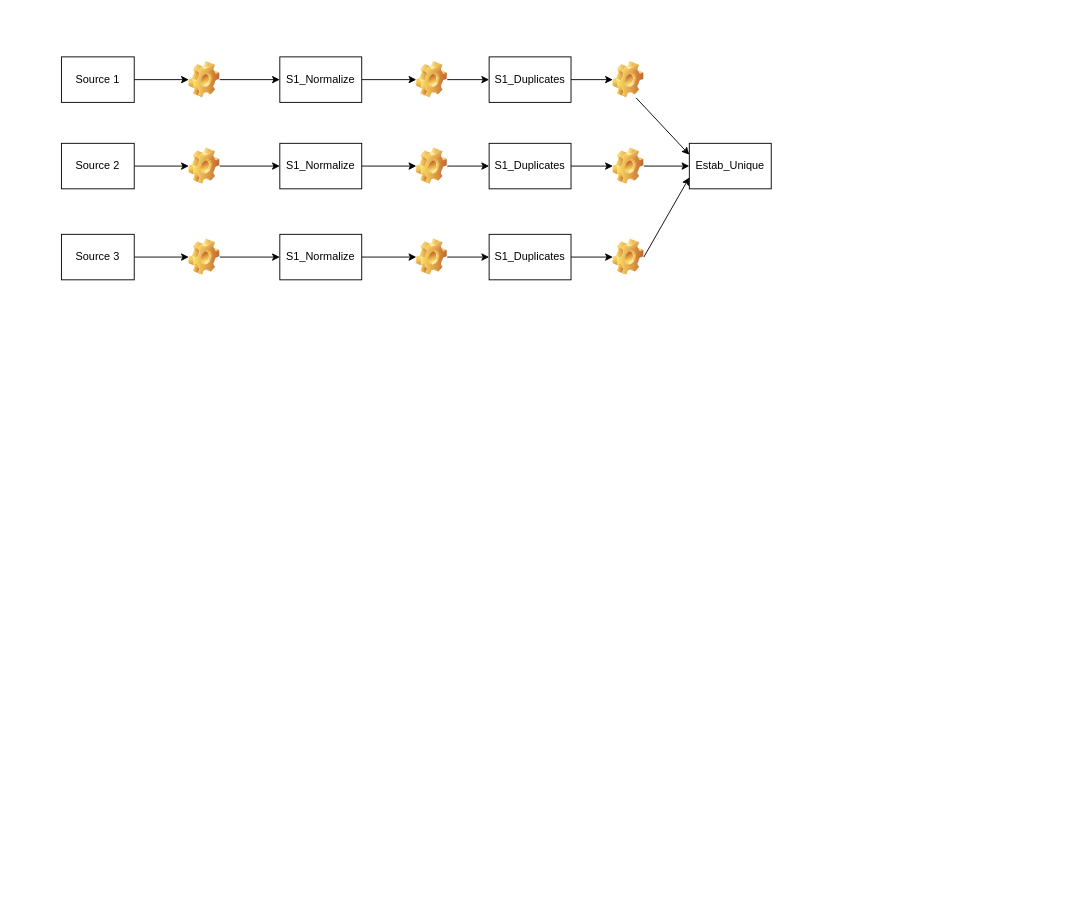
The draw.io diagram draw.io/LaLiga/HORECA_Data_Flux.drawio in icuefue/draw.io, before the edit. Source tidied: cells renumbered, new cells numbered last; positions are measured from the earlier drawing's top-left corner, leaving out a move shared by most shapes. Both pictures are drawn from the tidied source at 91%, with x=0, y=0 at pixel (61, 56).
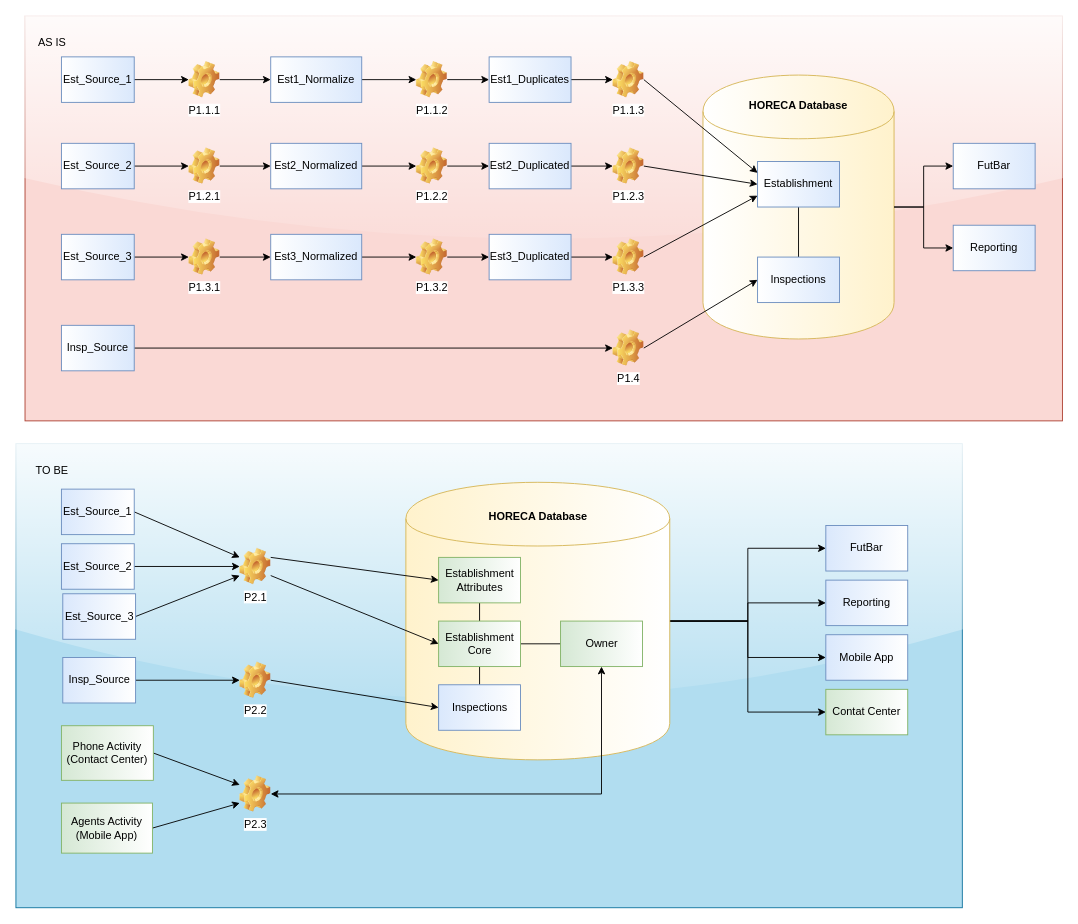
The same diagram, later.

The edit, as a diff of the source:
```diff
@@
+    <mxCell id="39" style="rounded=0;whiteSpace=wrap;html=1;glass=1;fillColor=#fad9d5;strokeColor=#ae4132;" parent="1" vertex="1">
+      <mxGeometry x="-40" y="-45" width="1140" height="445" as="geometry" />
+    </mxCell>
+    <mxCell id="40" style="rounded=0;whiteSpace=wrap;html=1;glass=1;fillColor=#b1ddf0;strokeColor=#10739e;" parent="1" vertex="1">
+      <mxGeometry x="-50" y="425" width="1040" height="510" as="geometry" />
+    </mxCell>
+    <mxCell id="41" style="group;gradientColor=#ffffff;gradientDirection=west;" parent="1" vertex="1">
+      <mxGeometry x="705" y="20" width="210" height="290" as="geometry" />
+    </mxCell>
+    <mxCell id="42" style="shape=cylinder;whiteSpace=wrap;html=1;boundedLbl=1;backgroundOutline=1;verticalAlign=top;fillColor=#fff2cc;strokeColor=#d6b656;gradientColor=#ffffff;gradientDirection=west;" parent="41" vertex="1">
+      <mxGeometry width="210" height="290" as="geometry" />
+    </mxCell>
+    <mxCell id="43" value="HORECA Database" style="text;html=1;strokeColor=none;fillColor=none;align=center;verticalAlign=middle;whiteSpace=wrap;rounded=0;glass=1;fontStyle=1;" parent="41" vertex="1">
+      <mxGeometry x="20" y="24" width="170" height="20" as="geometry" />
+    </mxCell>
+    <mxCell id="44" style="edgeStyle=orthogonalEdgeStyle;rounded=0;jettySize=auto;html=1;exitX=1;exitY=0.5;exitDx=0;exitDy=0;startArrow=none;startFill=0;endArrow=classic;endFill=1;" parent="1" edge="1" source="48" target="86">
+      <mxGeometry relative="1" as="geometry" />
+    </mxCell>
+    <mxCell id="45" style="edgeStyle=orthogonalEdgeStyle;rounded=0;jettySize=auto;html=1;exitX=1;exitY=0.5;exitDx=0;exitDy=0;startArrow=none;startFill=0;endArrow=classic;endFill=1;" parent="1" edge="1" source="48" target="85">
+      <mxGeometry relative="1" as="geometry" />
+    </mxCell>
+    <mxCell id="46" style="edgeStyle=orthogonalEdgeStyle;rounded=0;jettySize=auto;html=1;exitX=1;exitY=0.5;exitDx=0;exitDy=0;entryX=0;entryY=0.5;entryDx=0;entryDy=0;startArrow=none;startFill=0;endArrow=classic;endFill=1;" parent="1" edge="1" source="48" target="87">
+      <mxGeometry relative="1" as="geometry" />
+    </mxCell>
+    <mxCell id="47" style="edgeStyle=orthogonalEdgeStyle;rounded=0;jettySize=auto;html=1;exitX=1;exitY=0.5;exitDx=0;exitDy=0;entryX=0;entryY=0.5;entryDx=0;entryDy=0;startArrow=none;startFill=0;endArrow=classic;endFill=1;" parent="1" edge="1" source="48" target="88">
+      <mxGeometry relative="1" as="geometry" />
+    </mxCell>
+    <mxCell id="48" style="shape=cylinder;whiteSpace=wrap;html=1;boundedLbl=1;backgroundOutline=1;fillColor=#fff2cc;strokeColor=#d6b656;gradientColor=#ffffff;gradientDirection=east;" parent="1" vertex="1">
+      <mxGeometry x="378.5" y="467.5" width="290" height="305" as="geometry" />
+    </mxCell>
@@
-    <mxCell id="3" value="Source 1" style="rounded=0;whiteSpace=wrap;html=1;" parent="1" vertex="1">
+    <mxCell id="3" value="Est_Source_1" style="rounded=0;whiteSpace=wrap;html=1;fillColor=#dae8fc;strokeColor=#6c8ebf;gradientColor=#ffffff;gradientDirection=west;" parent="1" vertex="1">
       <mxGeometry width="80" height="50" as="geometry" />
     </mxCell>
@@
-    <mxCell id="5" value="Source 2" style="rounded=0;whiteSpace=wrap;html=1;" parent="1" vertex="1">
+    <mxCell id="5" value="Est_Source_2" style="rounded=0;whiteSpace=wrap;html=1;fillColor=#dae8fc;strokeColor=#6c8ebf;gradientColor=#ffffff;gradientDirection=west;" parent="1" vertex="1">
       <mxGeometry y="95" width="80" height="50" as="geometry" />
     </mxCell>
@@
-    <mxCell id="7" value="Source 3" style="rounded=0;whiteSpace=wrap;html=1;" parent="1" vertex="1">
+    <mxCell id="7" value="Est_Source_3" style="rounded=0;whiteSpace=wrap;html=1;fillColor=#dae8fc;strokeColor=#6c8ebf;gradientColor=#ffffff;gradientDirection=west;" parent="1" vertex="1">
       <mxGeometry y="195" width="80" height="50" as="geometry" />
     </mxCell>
@@
-    <mxCell id="9" style="shape=image;html=1;verticalLabelPosition=bottom;labelBackgroundColor=#ffffff;verticalAlign=top;imageAspect=1;image=img/clipart/Gear_128x128.png;" parent="1" vertex="1">
+    <mxCell id="9" value="P1.1.1" style="shape=image;html=1;verticalLabelPosition=bottom;labelBackgroundColor=#ffffff;verticalAlign=top;imageAspect=1;image=img/clipart/Gear_128x128.png;" parent="1" vertex="1">
       <mxGeometry x="140" y="5" width="34" height="40" as="geometry" />
     </mxCell>
@@
-    <mxCell id="11" value="S1_Normalize" style="rounded=0;whiteSpace=wrap;html=1;" parent="1" vertex="1">
-      <mxGeometry x="240" width="90" height="50" as="geometry" />
+    <mxCell id="11" value="Est1_Normalize" style="rounded=0;whiteSpace=wrap;html=1;fillColor=#dae8fc;strokeColor=#6c8ebf;gradientColor=#ffffff;gradientDirection=west;" parent="1" vertex="1">
+      <mxGeometry x="230" width="100" height="50" as="geometry" />
     </mxCell>
@@
-    <mxCell id="13" value="S1_Duplicates" style="rounded=0;whiteSpace=wrap;html=1;" parent="1" vertex="1">
+    <mxCell id="13" value="Est1_Duplicates" style="rounded=0;whiteSpace=wrap;html=1;fillColor=#dae8fc;strokeColor=#6c8ebf;gradientColor=#ffffff;gradientDirection=west;" parent="1" vertex="1">
       <mxGeometry x="470" width="90" height="50" as="geometry" />
     </mxCell>
+    <mxCell id="49" style="edgeStyle=orthogonalEdgeStyle;rounded=0;jettySize=auto;html=1;exitX=0.5;exitY=1;exitDx=0;exitDy=0;entryX=0.5;entryY=0;entryDx=0;entryDy=0;endArrow=none;endFill=0;" parent="1" edge="1" source="14" target="54">
+      <mxGeometry relative="1" as="geometry" />
+    </mxCell>
-    <mxCell id="14" value="Estab_Unique" style="rounded=0;whiteSpace=wrap;html=1;" parent="1" vertex="1">
-      <mxGeometry x="690" y="95" width="90" height="50" as="geometry" />
+    <mxCell id="14" value="Establishment" style="rounded=0;whiteSpace=wrap;html=1;fillColor=#dae8fc;strokeColor=#6c8ebf;gradientColor=#ffffff;gradientDirection=west;" parent="1" vertex="1">
+      <mxGeometry x="765" y="115" width="90" height="50" as="geometry" />
     </mxCell>
@@
-    <mxCell id="16" style="shape=image;html=1;verticalLabelPosition=bottom;labelBackgroundColor=#ffffff;verticalAlign=top;imageAspect=1;image=img/clipart/Gear_128x128.png;" parent="1" vertex="1">
+    <mxCell id="16" value="P1.1.2" style="shape=image;html=1;verticalLabelPosition=bottom;labelBackgroundColor=#ffffff;verticalAlign=top;imageAspect=1;image=img/clipart/Gear_128x128.png;" parent="1" vertex="1">
       <mxGeometry x="390" y="5" width="34" height="40" as="geometry" />
     </mxCell>
-    <mxCell id="17" style="rounded=0;jettySize=auto;html=1;exitX=0.75;exitY=1;exitDx=0;exitDy=0;entryX=0;entryY=0.25;entryDx=0;entryDy=0;" parent="1" edge="1" source="18" target="14">
+    <mxCell id="17" style="rounded=0;jettySize=auto;html=1;exitX=1;exitY=0.5;exitDx=0;exitDy=0;entryX=0;entryY=0.25;entryDx=0;entryDy=0;" parent="1" edge="1" source="18" target="14">
       <mxGeometry relative="1" as="geometry" />
     </mxCell>
-    <mxCell id="18" style="shape=image;html=1;verticalLabelPosition=bottom;labelBackgroundColor=#ffffff;verticalAlign=top;imageAspect=1;image=img/clipart/Gear_128x128.png;" parent="1" vertex="1">
+    <mxCell id="18" value="P1.1.3" style="shape=image;html=1;verticalLabelPosition=bottom;labelBackgroundColor=#ffffff;verticalAlign=top;imageAspect=1;image=img/clipart/Gear_128x128.png;" parent="1" vertex="1">
       <mxGeometry x="606" y="5" width="34" height="40" as="geometry" />
     </mxCell>
@@
-    <mxCell id="20" style="shape=image;html=1;verticalLabelPosition=bottom;labelBackgroundColor=#ffffff;verticalAlign=top;imageAspect=1;image=img/clipart/Gear_128x128.png;" parent="1" vertex="1">
+    <mxCell id="20" value="P1.2.1" style="shape=image;html=1;verticalLabelPosition=bottom;labelBackgroundColor=#ffffff;verticalAlign=top;imageAspect=1;image=img/clipart/Gear_128x128.png;" parent="1" vertex="1">
       <mxGeometry x="140" y="100" width="34" height="40" as="geometry" />
     </mxCell>
@@
-    <mxCell id="22" value="S1_Normalize" style="rounded=0;whiteSpace=wrap;html=1;" parent="1" vertex="1">
-      <mxGeometry x="240" y="95" width="90" height="50" as="geometry" />
+    <mxCell id="22" value="Est2_Normalized" style="rounded=0;whiteSpace=wrap;html=1;fillColor=#dae8fc;strokeColor=#6c8ebf;gradientColor=#ffffff;gradientDirection=west;" parent="1" vertex="1">
+      <mxGeometry x="230" y="95" width="100" height="50" as="geometry" />
     </mxCell>
@@
-    <mxCell id="24" value="S1_Duplicates" style="rounded=0;whiteSpace=wrap;html=1;" parent="1" vertex="1">
+    <mxCell id="24" value="Est2_Duplicated" style="rounded=0;whiteSpace=wrap;html=1;fillColor=#dae8fc;strokeColor=#6c8ebf;gradientColor=#ffffff;gradientDirection=west;" parent="1" vertex="1">
       <mxGeometry x="470" y="95" width="90" height="50" as="geometry" />
     </mxCell>
@@
-    <mxCell id="26" style="shape=image;html=1;verticalLabelPosition=bottom;labelBackgroundColor=#ffffff;verticalAlign=top;imageAspect=1;image=img/clipart/Gear_128x128.png;" parent="1" vertex="1">
+    <mxCell id="26" value="P1.2.2" style="shape=image;html=1;verticalLabelPosition=bottom;labelBackgroundColor=#ffffff;verticalAlign=top;imageAspect=1;image=img/clipart/Gear_128x128.png;" parent="1" vertex="1">
       <mxGeometry x="390" y="100" width="34" height="40" as="geometry" />
     </mxCell>
@@
-    <mxCell id="28" style="shape=image;html=1;verticalLabelPosition=bottom;labelBackgroundColor=#ffffff;verticalAlign=top;imageAspect=1;image=img/clipart/Gear_128x128.png;" parent="1" vertex="1">
+    <mxCell id="28" value="P1.2.3" style="shape=image;html=1;verticalLabelPosition=bottom;labelBackgroundColor=#ffffff;verticalAlign=top;imageAspect=1;image=img/clipart/Gear_128x128.png;" parent="1" vertex="1">
       <mxGeometry x="606" y="100" width="34" height="40" as="geometry" />
     </mxCell>
@@
-    <mxCell id="30" style="shape=image;html=1;verticalLabelPosition=bottom;labelBackgroundColor=#ffffff;verticalAlign=top;imageAspect=1;image=img/clipart/Gear_128x128.png;" parent="1" vertex="1">
+    <mxCell id="30" value="P1.3.1" style="shape=image;html=1;verticalLabelPosition=bottom;labelBackgroundColor=#ffffff;verticalAlign=top;imageAspect=1;image=img/clipart/Gear_128x128.png;" parent="1" vertex="1">
       <mxGeometry x="140" y="200" width="34" height="40" as="geometry" />
     </mxCell>
@@
-    <mxCell id="32" value="S1_Normalize" style="rounded=0;whiteSpace=wrap;html=1;" parent="1" vertex="1">
-      <mxGeometry x="240" y="195" width="90" height="50" as="geometry" />
+    <mxCell id="32" value="Est3_Normalized" style="rounded=0;whiteSpace=wrap;html=1;fillColor=#dae8fc;strokeColor=#6c8ebf;gradientColor=#ffffff;gradientDirection=west;" parent="1" vertex="1">
+      <mxGeometry x="230" y="195" width="100" height="50" as="geometry" />
     </mxCell>
@@
-    <mxCell id="34" value="S1_Duplicates" style="rounded=0;whiteSpace=wrap;html=1;" parent="1" vertex="1">
+    <mxCell id="34" value="Est3_Duplicated" style="rounded=0;whiteSpace=wrap;html=1;fillColor=#dae8fc;strokeColor=#6c8ebf;gradientColor=#ffffff;gradientDirection=west;" parent="1" vertex="1">
       <mxGeometry x="470" y="195" width="90" height="50" as="geometry" />
     </mxCell>
@@
-    <mxCell id="36" style="shape=image;html=1;verticalLabelPosition=bottom;labelBackgroundColor=#ffffff;verticalAlign=top;imageAspect=1;image=img/clipart/Gear_128x128.png;" parent="1" vertex="1">
+    <mxCell id="36" value="P1.3.2" style="shape=image;html=1;verticalLabelPosition=bottom;labelBackgroundColor=#ffffff;verticalAlign=top;imageAspect=1;image=img/clipart/Gear_128x128.png;" parent="1" vertex="1">
       <mxGeometry x="390" y="200" width="34" height="40" as="geometry" />
     </mxCell>
@@
-    <mxCell id="38" style="shape=image;html=1;verticalLabelPosition=bottom;labelBackgroundColor=#ffffff;verticalAlign=top;imageAspect=1;image=img/clipart/Gear_128x128.png;" parent="1" vertex="1">
+    <mxCell id="38" value="P1.3.3" style="shape=image;html=1;verticalLabelPosition=bottom;labelBackgroundColor=#ffffff;verticalAlign=top;imageAspect=1;image=img/clipart/Gear_128x128.png;" parent="1" vertex="1">
       <mxGeometry x="606" y="200" width="34" height="40" as="geometry" />
     </mxCell>
+    <mxCell id="50" style="edgeStyle=orthogonalEdgeStyle;rounded=0;jettySize=auto;html=1;exitX=1;exitY=0.5;exitDx=0;exitDy=0;" parent="1" edge="1" source="51" target="53">
+      <mxGeometry relative="1" as="geometry" />
+    </mxCell>
+    <mxCell id="51" value="Insp_Source" style="rounded=0;whiteSpace=wrap;html=1;fillColor=#dae8fc;strokeColor=#6c8ebf;gradientColor=#ffffff;gradientDirection=west;" parent="1" vertex="1">
+      <mxGeometry y="295" width="80" height="50" as="geometry" />
+    </mxCell>
+    <mxCell id="52" style="rounded=0;jettySize=auto;html=1;exitX=1;exitY=0.5;exitDx=0;exitDy=0;entryX=0;entryY=0.5;entryDx=0;entryDy=0;" parent="1" edge="1" source="53" target="54">
+      <mxGeometry relative="1" as="geometry" />
+    </mxCell>
+    <mxCell id="53" value="P1.4" style="shape=image;html=1;verticalLabelPosition=bottom;labelBackgroundColor=#ffffff;verticalAlign=top;imageAspect=1;image=img/clipart/Gear_128x128.png;" parent="1" vertex="1">
+      <mxGeometry x="606" y="300" width="34" height="40" as="geometry" />
+    </mxCell>
+    <mxCell id="54" value="Inspections" style="rounded=0;whiteSpace=wrap;html=1;fillColor=#dae8fc;strokeColor=#6c8ebf;gradientColor=#ffffff;gradientDirection=west;" parent="1" vertex="1">
+      <mxGeometry x="765" y="220" width="90" height="50" as="geometry" />
+    </mxCell>
+    <mxCell id="55" value="AS IS" style="text;html=1;strokeColor=none;fillColor=none;align=center;verticalAlign=middle;whiteSpace=wrap;rounded=0;" parent="1" vertex="1">
+      <mxGeometry x="-30" y="-25" width="40" height="20" as="geometry" />
+    </mxCell>
+    <mxCell id="56" value="TO BE" style="text;html=1;strokeColor=none;fillColor=none;align=center;verticalAlign=middle;whiteSpace=wrap;rounded=0;" parent="1" vertex="1">
+      <mxGeometry x="-30" y="445" width="40" height="20" as="geometry" />
+    </mxCell>
+    <mxCell id="57" style="rounded=0;jettySize=auto;html=1;exitX=1;exitY=0.5;exitDx=0;exitDy=0;entryX=0;entryY=0.25;entryDx=0;entryDy=0;endArrow=classic;endFill=1;" parent="1" edge="1" source="58" target="65">
+      <mxGeometry relative="1" as="geometry" />
+    </mxCell>
+    <mxCell id="58" value="Est_Source_1" style="rounded=0;whiteSpace=wrap;html=1;fillColor=#dae8fc;strokeColor=#6c8ebf;gradientColor=#ffffff;gradientDirection=east;" parent="1" vertex="1">
+      <mxGeometry y="475" width="80" height="50" as="geometry" />
+    </mxCell>
+    <mxCell id="59" style="edgeStyle=orthogonalEdgeStyle;rounded=0;jettySize=auto;html=1;exitX=1;exitY=0.5;exitDx=0;exitDy=0;entryX=0;entryY=0.5;entryDx=0;entryDy=0;endArrow=classic;endFill=1;" parent="1" edge="1" source="60" target="65">
+      <mxGeometry relative="1" as="geometry" />
+    </mxCell>
+    <mxCell id="60" value="Est_Source_2" style="rounded=0;whiteSpace=wrap;html=1;fillColor=#dae8fc;strokeColor=#6c8ebf;gradientColor=#ffffff;gradientDirection=east;" parent="1" vertex="1">
+      <mxGeometry y="535" width="80" height="50" as="geometry" />
+    </mxCell>
+    <mxCell id="61" style="rounded=0;jettySize=auto;html=1;exitX=1;exitY=0.5;exitDx=0;exitDy=0;entryX=0;entryY=0.75;entryDx=0;entryDy=0;endArrow=classic;endFill=1;" parent="1" edge="1" source="62" target="65">
+      <mxGeometry relative="1" as="geometry" />
+    </mxCell>
+    <mxCell id="62" value="Est_Source_3" style="rounded=0;whiteSpace=wrap;html=1;fillColor=#dae8fc;strokeColor=#6c8ebf;gradientColor=#ffffff;gradientDirection=east;" parent="1" vertex="1">
+      <mxGeometry x="1.5" y="590" width="80" height="50" as="geometry" />
+    </mxCell>
+    <mxCell id="63" style="edgeStyle=none;rounded=0;jettySize=auto;html=1;exitX=1;exitY=0.25;exitDx=0;exitDy=0;entryX=0;entryY=0.5;entryDx=0;entryDy=0;endArrow=classic;endFill=1;" parent="1" edge="1" source="65" target="67">
+      <mxGeometry relative="1" as="geometry" />
+    </mxCell>
+    <mxCell id="64" style="edgeStyle=none;rounded=0;jettySize=auto;html=1;entryX=0;entryY=0.5;entryDx=0;entryDy=0;endArrow=classic;endFill=1;exitX=1;exitY=0.75;exitDx=0;exitDy=0;" parent="1" edge="1" source="65" target="70">
+      <mxGeometry relative="1" as="geometry" />
+    </mxCell>
+    <mxCell id="65" value="P2.1" style="shape=image;html=1;verticalLabelPosition=bottom;labelBackgroundColor=#ffffff;verticalAlign=top;imageAspect=1;image=img/clipart/Gear_128x128.png;perimeterSpacing=0;imageBorder=none;imageBackground=none;" parent="1" vertex="1">
+      <mxGeometry x="196" y="540" width="34" height="40" as="geometry" />
+    </mxCell>
+    <mxCell id="66" style="edgeStyle=none;rounded=0;jettySize=auto;html=1;exitX=0.5;exitY=1;exitDx=0;exitDy=0;entryX=0.5;entryY=0;entryDx=0;entryDy=0;endArrow=none;endFill=0;" parent="1" edge="1" source="67" target="70">
+      <mxGeometry relative="1" as="geometry" />
+    </mxCell>
+    <mxCell id="67" value="Establishment&lt;br&gt;Attributes&lt;br&gt;" style="rounded=0;whiteSpace=wrap;html=1;fillColor=#d5e8d4;strokeColor=#82b366;gradientColor=#ffffff;gradientDirection=east;" parent="1" vertex="1">
+      <mxGeometry x="414.5" y="550" width="90" height="50" as="geometry" />
+    </mxCell>
+    <mxCell id="68" style="edgeStyle=none;rounded=0;jettySize=auto;html=1;exitX=0.5;exitY=1;exitDx=0;exitDy=0;entryX=0.5;entryY=0;entryDx=0;entryDy=0;endArrow=none;endFill=0;" parent="1" edge="1" source="70" target="75">
+      <mxGeometry relative="1" as="geometry" />
+    </mxCell>
+    <mxCell id="69" style="edgeStyle=none;rounded=0;jettySize=auto;html=1;exitX=1;exitY=0.5;exitDx=0;exitDy=0;entryX=0;entryY=0.5;entryDx=0;entryDy=0;endArrow=none;endFill=0;" parent="1" edge="1" source="70" target="82">
+      <mxGeometry relative="1" as="geometry" />
+    </mxCell>
+    <mxCell id="70" value="Establishment&lt;br&gt;Core&lt;br&gt;" style="rounded=0;whiteSpace=wrap;html=1;fillColor=#d5e8d4;strokeColor=#82b366;gradientColor=#ffffff;gradientDirection=east;" parent="1" vertex="1">
+      <mxGeometry x="414.5" y="620" width="90" height="50" as="geometry" />
+    </mxCell>
+    <mxCell id="71" style="edgeStyle=orthogonalEdgeStyle;rounded=0;jettySize=auto;html=1;exitX=1;exitY=0.5;exitDx=0;exitDy=0;" parent="1" edge="1" source="72" target="74">
+      <mxGeometry relative="1" as="geometry" />
+    </mxCell>
+    <mxCell id="72" value="Insp_Source" style="rounded=0;whiteSpace=wrap;html=1;fillColor=#dae8fc;strokeColor=#6c8ebf;gradientColor=#ffffff;gradientDirection=east;" parent="1" vertex="1">
+      <mxGeometry x="1.5" y="660" width="80" height="50" as="geometry" />
+    </mxCell>
+    <mxCell id="73" style="edgeStyle=none;rounded=0;jettySize=auto;html=1;exitX=1;exitY=0.5;exitDx=0;exitDy=0;entryX=0;entryY=0.5;entryDx=0;entryDy=0;endArrow=classic;endFill=1;" parent="1" edge="1" source="74" target="75">
+      <mxGeometry relative="1" as="geometry" />
+    </mxCell>
+    <mxCell id="74" value="P2.2" style="shape=image;html=1;verticalLabelPosition=bottom;labelBackgroundColor=#ffffff;verticalAlign=top;imageAspect=1;image=img/clipart/Gear_128x128.png;" parent="1" vertex="1">
+      <mxGeometry x="196" y="665" width="34" height="40" as="geometry" />
+    </mxCell>
+    <mxCell id="75" value="Inspections" style="rounded=0;whiteSpace=wrap;html=1;fillColor=#dae8fc;strokeColor=#6c8ebf;gradientColor=#ffffff;gradientDirection=east;" parent="1" vertex="1">
+      <mxGeometry x="414.5" y="690" width="90" height="50" as="geometry" />
+    </mxCell>
+    <mxCell id="76" style="edgeStyle=none;rounded=0;jettySize=auto;html=1;exitX=1;exitY=0.5;exitDx=0;exitDy=0;entryX=0;entryY=0.25;entryDx=0;entryDy=0;endArrow=classic;endFill=1;startArrow=none;startFill=0;" parent="1" edge="1" source="77" target="81">
+      <mxGeometry relative="1" as="geometry" />
+    </mxCell>
+    <mxCell id="77" value="Phone Activity&lt;br&gt;(Contact Center)&lt;br&gt;" style="rounded=0;whiteSpace=wrap;html=1;fillColor=#d5e8d4;strokeColor=#82b366;gradientColor=#ffffff;gradientDirection=east;" parent="1" vertex="1">
+      <mxGeometry y="735" width="101" height="60" as="geometry" />
+    </mxCell>
+    <mxCell id="78" style="edgeStyle=none;rounded=0;jettySize=auto;html=1;exitX=1;exitY=0.5;exitDx=0;exitDy=0;entryX=0;entryY=0.75;entryDx=0;entryDy=0;endArrow=classic;endFill=1;startArrow=none;startFill=0;" parent="1" edge="1" source="79" target="81">
+      <mxGeometry relative="1" as="geometry" />
+    </mxCell>
+    <mxCell id="79" value="Agents Activity&lt;br&gt;(Mobile App)&lt;br&gt;" style="rounded=0;whiteSpace=wrap;html=1;fillColor=#d5e8d4;strokeColor=#82b366;gradientColor=#ffffff;gradientDirection=east;" parent="1" vertex="1">
+      <mxGeometry y="820" width="100" height="55" as="geometry" />
+    </mxCell>
+    <mxCell id="80" style="edgeStyle=orthogonalEdgeStyle;rounded=0;jettySize=auto;html=1;exitX=1;exitY=0.5;exitDx=0;exitDy=0;entryX=0.5;entryY=1;entryDx=0;entryDy=0;endArrow=classic;endFill=1;startArrow=classic;startFill=1;" parent="1" edge="1" source="81" target="82">
+      <mxGeometry relative="1" as="geometry" />
+    </mxCell>
+    <mxCell id="81" value="P2.3" style="shape=image;html=1;verticalLabelPosition=bottom;labelBackgroundColor=#ffffff;verticalAlign=top;imageAspect=1;image=img/clipart/Gear_128x128.png;" parent="1" vertex="1">
+      <mxGeometry x="196" y="790" width="34" height="40" as="geometry" />
+    </mxCell>
+    <mxCell id="82" value="Owner" style="rounded=0;whiteSpace=wrap;html=1;fillColor=#d5e8d4;strokeColor=#82b366;gradientColor=#ffffff;gradientDirection=east;" parent="1" vertex="1">
+      <mxGeometry x="548.5" y="620" width="90" height="50" as="geometry" />
+    </mxCell>
+    <mxCell id="83" value="FutBar" style="rounded=0;whiteSpace=wrap;html=1;fillColor=#dae8fc;strokeColor=#6c8ebf;gradientColor=#ffffff;gradientDirection=west;" parent="1" vertex="1">
+      <mxGeometry x="980" y="95" width="90" height="50" as="geometry" />
+    </mxCell>
+    <mxCell id="84" value="Reporting" style="rounded=0;whiteSpace=wrap;html=1;fillColor=#dae8fc;strokeColor=#6c8ebf;gradientColor=#ffffff;gradientDirection=west;" parent="1" vertex="1">
+      <mxGeometry x="980" y="185" width="90" height="50" as="geometry" />
+    </mxCell>
+    <mxCell id="85" value="FutBar" style="rounded=0;whiteSpace=wrap;html=1;fillColor=#dae8fc;strokeColor=#6c8ebf;gradientColor=#ffffff;gradientDirection=east;" parent="1" vertex="1">
+      <mxGeometry x="840" y="515" width="90" height="50" as="geometry" />
+    </mxCell>
+    <mxCell id="86" value="Reporting" style="rounded=0;whiteSpace=wrap;html=1;fillColor=#dae8fc;strokeColor=#6c8ebf;gradientColor=#ffffff;gradientDirection=east;" parent="1" vertex="1">
+      <mxGeometry x="840" y="575" width="90" height="50" as="geometry" />
+    </mxCell>
+    <mxCell id="87" value="Mobile App" style="rounded=0;whiteSpace=wrap;html=1;fillColor=#dae8fc;strokeColor=#6c8ebf;gradientColor=#ffffff;gradientDirection=east;" parent="1" vertex="1">
+      <mxGeometry x="840" y="635" width="90" height="50" as="geometry" />
+    </mxCell>
+    <mxCell id="88" value="Contat Center" style="rounded=0;whiteSpace=wrap;html=1;fillColor=#d5e8d4;strokeColor=#82b366;gradientColor=#ffffff;gradientDirection=east;" parent="1" vertex="1">
+      <mxGeometry x="840" y="695" width="90" height="50" as="geometry" />
+    </mxCell>
+    <mxCell id="89" style="edgeStyle=orthogonalEdgeStyle;rounded=0;jettySize=auto;html=1;exitX=1;exitY=0.5;exitDx=0;exitDy=0;entryX=0;entryY=0.5;entryDx=0;entryDy=0;startArrow=none;startFill=0;endArrow=classic;endFill=1;" parent="1" edge="1" source="42" target="83">
+      <mxGeometry relative="1" as="geometry" />
+    </mxCell>
+    <mxCell id="90" style="edgeStyle=orthogonalEdgeStyle;rounded=0;jettySize=auto;html=1;exitX=1;exitY=0.5;exitDx=0;exitDy=0;entryX=0;entryY=0.5;entryDx=0;entryDy=0;startArrow=none;startFill=0;endArrow=classic;endFill=1;" parent="1" edge="1" source="42" target="84">
+      <mxGeometry relative="1" as="geometry" />
+    </mxCell>
+    <mxCell id="91" value="HORECA Database" style="text;html=1;strokeColor=none;fillColor=none;align=center;verticalAlign=middle;whiteSpace=wrap;rounded=0;glass=1;fontStyle=1;fontColor=#000000;" parent="1" vertex="1">
+      <mxGeometry x="438.5" y="495" width="170" height="20" as="geometry" />
+    </mxCell>
```
